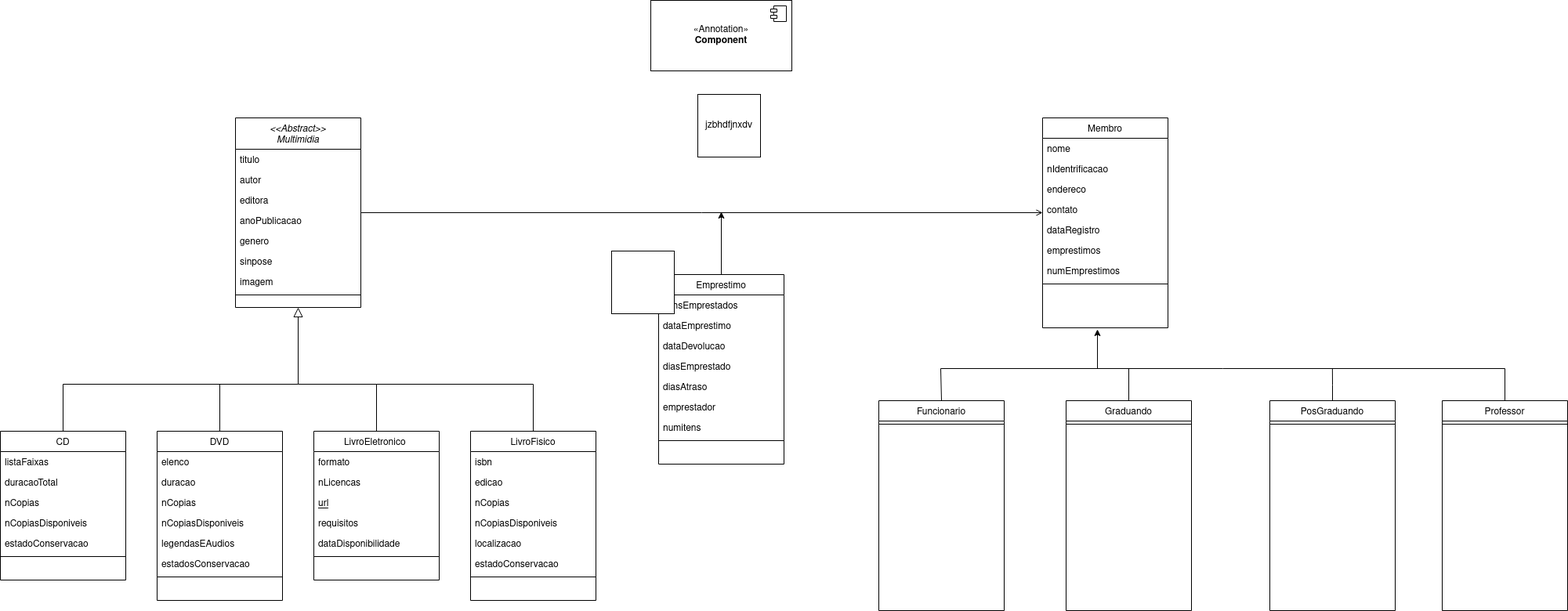
This is files/Biblioteca.drawio.png from ArtKina/MC322, a draw.io export, as it was before one commit. Source tidied: cells renumbered, new cells last; positions are measured from the earlier drawing's top-left corner, leaving out a move shared by most shapes.
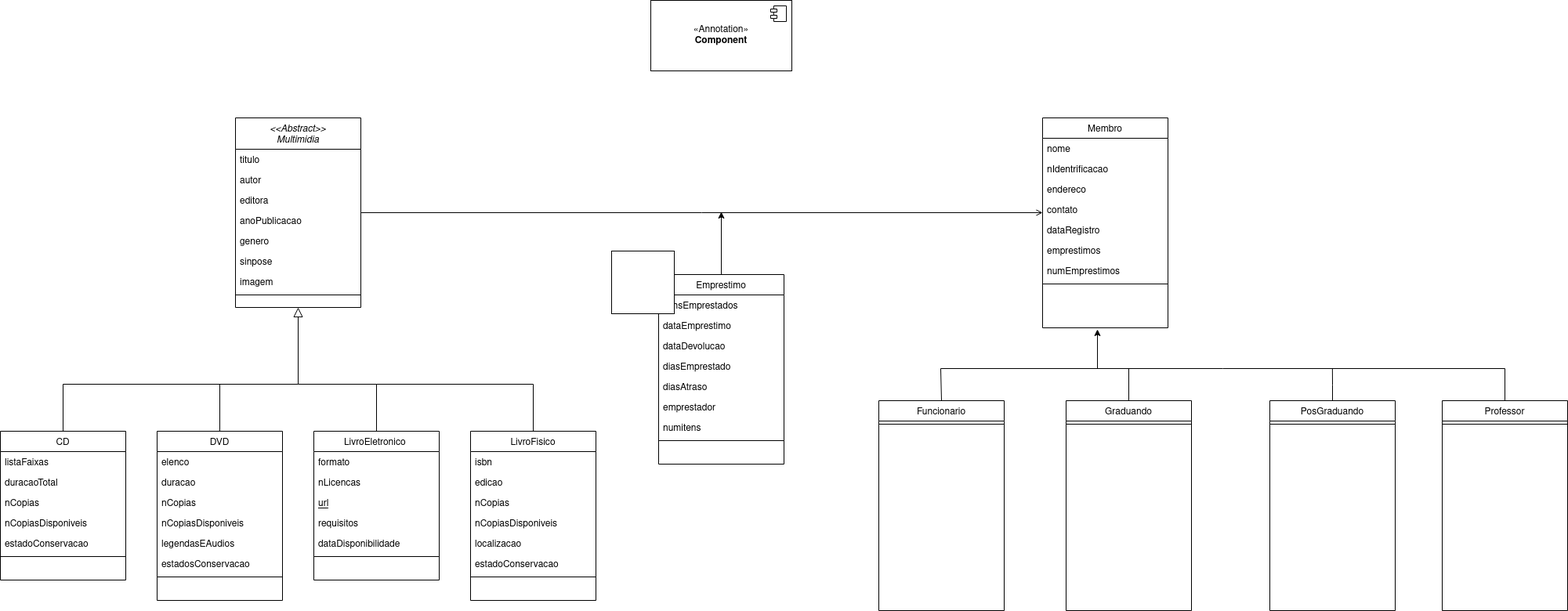
Later version of the same file.

Change to the diagram source:
```diff
@@ -272,8 +272,5 @@
     <mxCell id="78" style="whiteSpace=wrap;html=1;" parent="1" vertex="1">
       <mxGeometry x="780" y="320" width="80" height="80" as="geometry" />
     </mxCell>
-    <mxCell id="79" value="jzbhdfjnxdv" style="whiteSpace=wrap;html=1;" parent="1" vertex="1">
-      <mxGeometry x="890" y="120" width="80" height="80" as="geometry" />
-    </mxCell>
   </root>
 </mxGraphModel>
```
